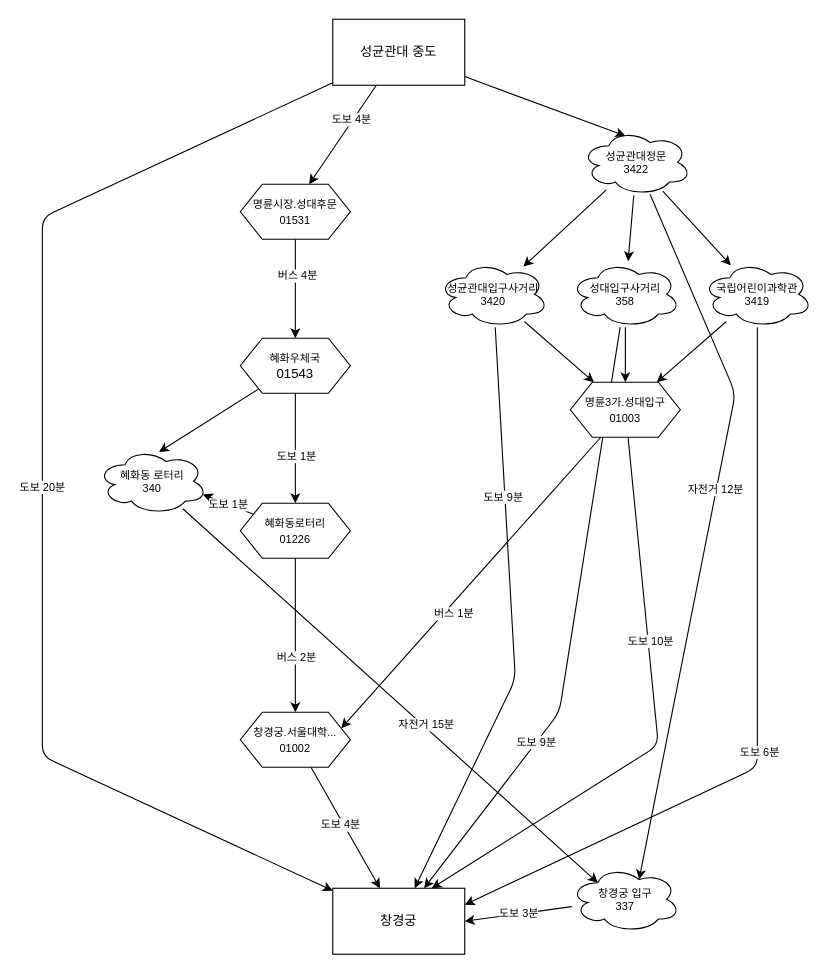
Above: skku-to-changgyeonggung.drawio in dannaward/seoulbike-navigation (draw.io), before the change. Source tidied: cells renumbered, new cells numbered last; positions are measured from the earlier drawing's top-left corner, leaving out a move shared by most shapes. Both pictures are drawn from the tidied source at 110%, with x=0, y=0 at pixel (42, 19).
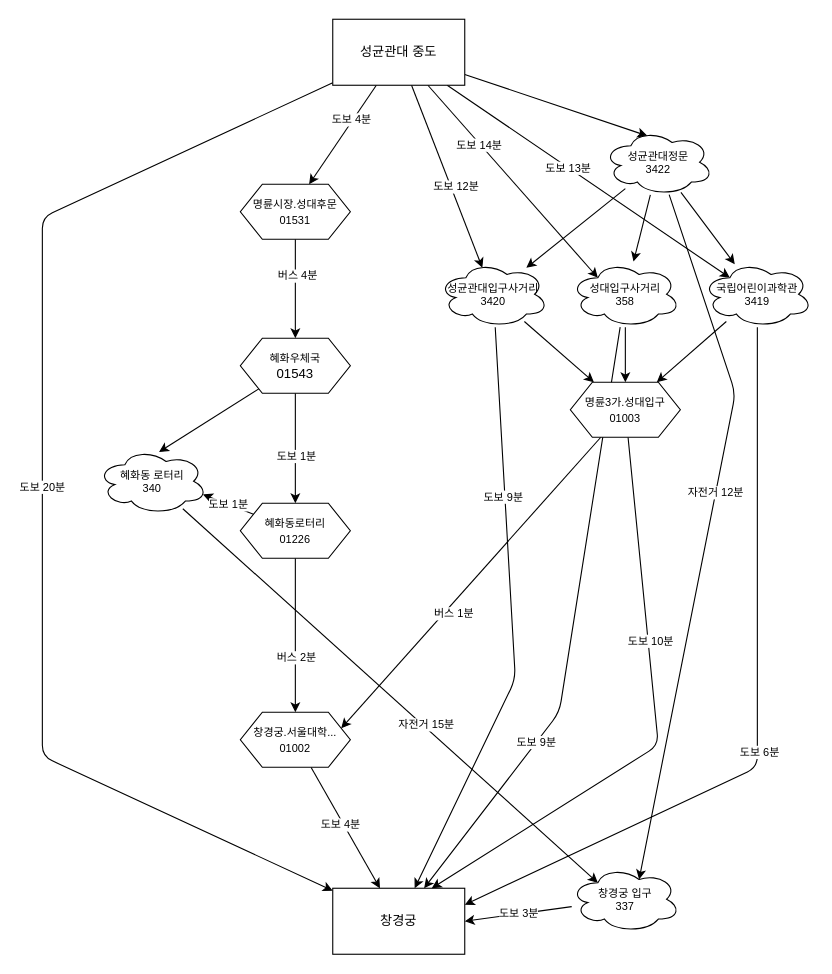
The same page after the edit.

Commit message:
중도-올레사거리 도보 경로 추가

The change refers to these unchanged cells:
```xml
<mxCell id="6" value="성균관대 중도" style="rounded=0;whiteSpace=wrap;html=1;" parent="1" vertex="1">
  <mxGeometry x="264" width="120" height="60" as="geometry" />
</mxCell>
<mxCell id="31" value="성균관대입구사거리&lt;br&gt;3420" style="ellipse;shape=cloud;whiteSpace=wrap;html=1;fontSize=10;" parent="1" vertex="1">
  <mxGeometry x="360" y="220" width="100" height="60" as="geometry" />
</mxCell>
<mxCell id="35" value="성대입구사거리&lt;br&gt;358" style="ellipse;shape=cloud;whiteSpace=wrap;html=1;fontSize=10;" parent="1" vertex="1">
  <mxGeometry x="480" y="220" width="100" height="60" as="geometry" />
</mxCell>
<mxCell id="39" value="국립어린이과학관&lt;br&gt;3419" style="ellipse;shape=cloud;whiteSpace=wrap;html=1;fontSize=10;" parent="1" vertex="1">
  <mxGeometry x="600" y="220" width="100" height="60" as="geometry" />
</mxCell>
```

Diff of the diagram source:
```diff
@@
+    <mxCell id="50" style="edgeStyle=none;jettySize=auto;html=1;entryX=0.4;entryY=0.1;entryDx=0;entryDy=0;entryPerimeter=0;fontSize=10;" parent="1" edge="1" source="6" target="31">
+      <mxGeometry relative="1" as="geometry" />
+    </mxCell>
+    <mxCell id="51" value="도보 12분" style="edgeLabel;html=1;align=center;verticalAlign=middle;fontSize=10;" parent="50" vertex="1">
+      <mxGeometry x="0.12" y="4" relative="1" as="geometry" />
+    </mxCell>
+    <mxCell id="52" style="edgeStyle=none;jettySize=auto;html=1;entryX=0.25;entryY=0.25;entryDx=0;entryDy=0;entryPerimeter=0;fontSize=10;" parent="1" edge="1" source="6" target="35">
+      <mxGeometry relative="1" as="geometry" />
+    </mxCell>
+    <mxCell id="53" value="도보 14분" style="edgeLabel;html=1;align=center;verticalAlign=middle;fontSize=10;" parent="52" vertex="1">
+      <mxGeometry x="-0.39" y="-1" relative="1" as="geometry" />
+    </mxCell>
+    <mxCell id="54" style="edgeStyle=none;jettySize=auto;html=1;entryX=0.25;entryY=0.25;entryDx=0;entryDy=0;entryPerimeter=0;fontSize=10;" parent="1" edge="1" source="6" target="39">
+      <mxGeometry relative="1" as="geometry" />
+    </mxCell>
+    <mxCell id="55" value="도보 13분" style="edgeLabel;html=1;align=center;verticalAlign=middle;fontSize=10;" parent="54" vertex="1">
+      <mxGeometry x="-0.15" relative="1" as="geometry" />
+    </mxCell>
@@
     <mxCell id="27" value="성균관대정문&lt;br&gt;3422" style="ellipse;shape=cloud;whiteSpace=wrap;html=1;fontSize=10;" parent="1" vertex="1">
-      <mxGeometry x="490" y="100" width="100" height="60" as="geometry" />
+      <mxGeometry x="510" y="100" width="100" height="60" as="geometry" />
     </mxCell>
```
